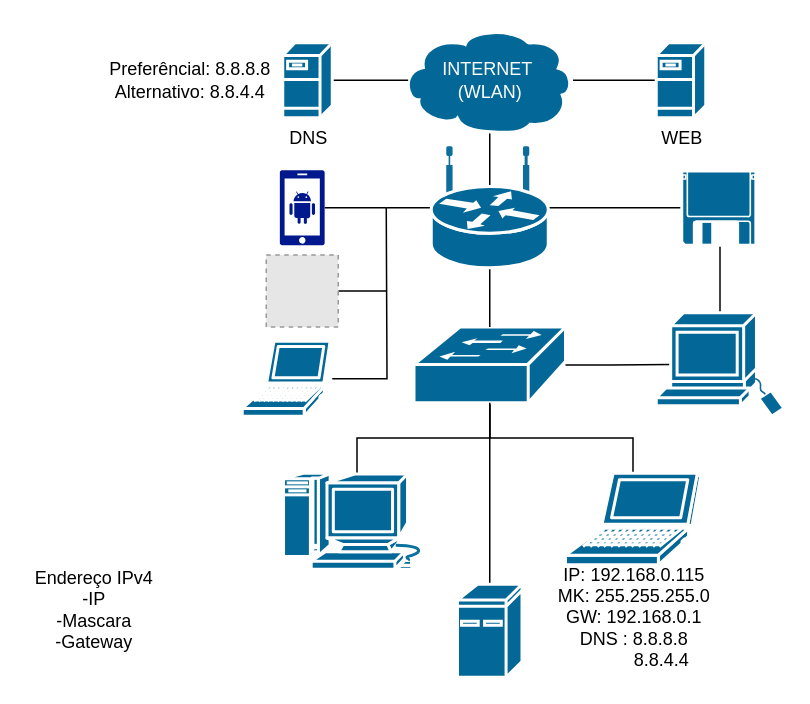
Above: Topologia rede Home.drawio in Luccazx12/Trabalhos-da-materia-Lima (draw.io), before the change. Source tidied: cells renumbered, new cells numbered last; positions are measured from the earlier drawing's top-left corner, leaving out a move shared by most shapes. Both pictures are drawn from the tidied source at 150%, with x=0, y=0 at pixel (26, 27). Pictures stored in the file or linked from it are replaced by grey dashed boxes.
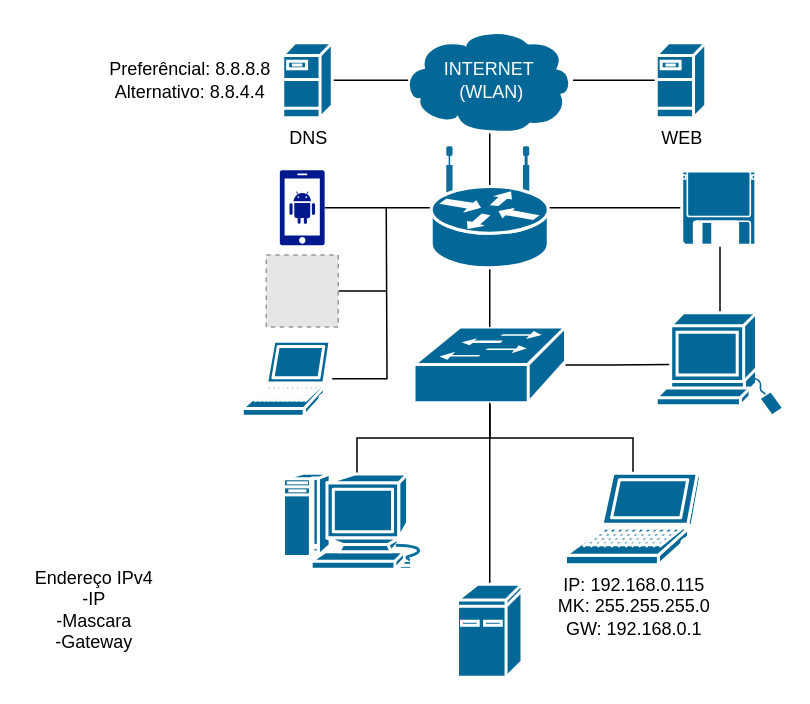
The same page after the edit.

Diff of the diagram source:
```diff
@@
-    <mxCell id="27" value="IP: 192.168.0.115&lt;br&gt;MK: 255.255.255.0&lt;br&gt;GW: 192.168.0.1&lt;br&gt;DNS : 8.8.8.8&lt;br&gt;&amp;nbsp; &amp;nbsp; &amp;nbsp; &amp;nbsp; &amp;nbsp; &amp;nbsp;8.8.4.4" style="text;html=1;align=center;verticalAlign=middle;" parent="1" vertex="1">
-      <mxGeometry x="344.5" y="353" width="120" height="80" as="geometry" />
+    <mxCell id="27" value="IP: 192.168.0.115&lt;br&gt;MK: 255.255.255.0&lt;br&gt;GW: 192.168.0.1" style="text;html=1;align=center;verticalAlign=middle;" parent="1" vertex="1">
+      <mxGeometry x="344.5" y="361" width="120" height="50" as="geometry" />
     </mxCell>
@@
     <mxCell id="31" value="INTERNET&amp;nbsp;&lt;br&gt;(WLAN)" style="text;html=1;align=center;verticalAlign=middle;fontColor=#FFFFFF;" parent="1" vertex="1">
-      <mxGeometry x="269" y="20" width="80" height="30" as="geometry" />
+      <mxGeometry x="270" y="20" width="80" height="30" as="geometry" />
     </mxCell>
```
